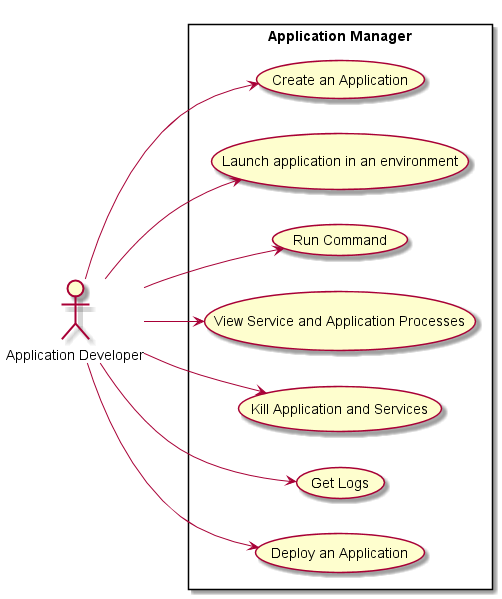
The PlantUML diagram docs/Actors/ApplicationDeveloper/UseCases.png in CAADE/C3, before a commit.
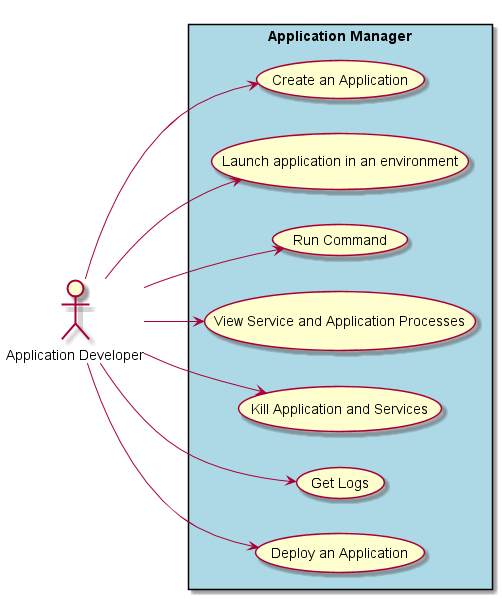
Above is the later version.

Diff of the diagram source:
```diff
@@ -4,7 +4,7 @@
 
 :Application Developer: as Dev
 
-rectangle "Application Manager" {
+rectangle "Application Manager" #lightblue {
     (Create an Application) as CA
     (Launch application in an environment) as LAE
     (Run Command) as RC
```
